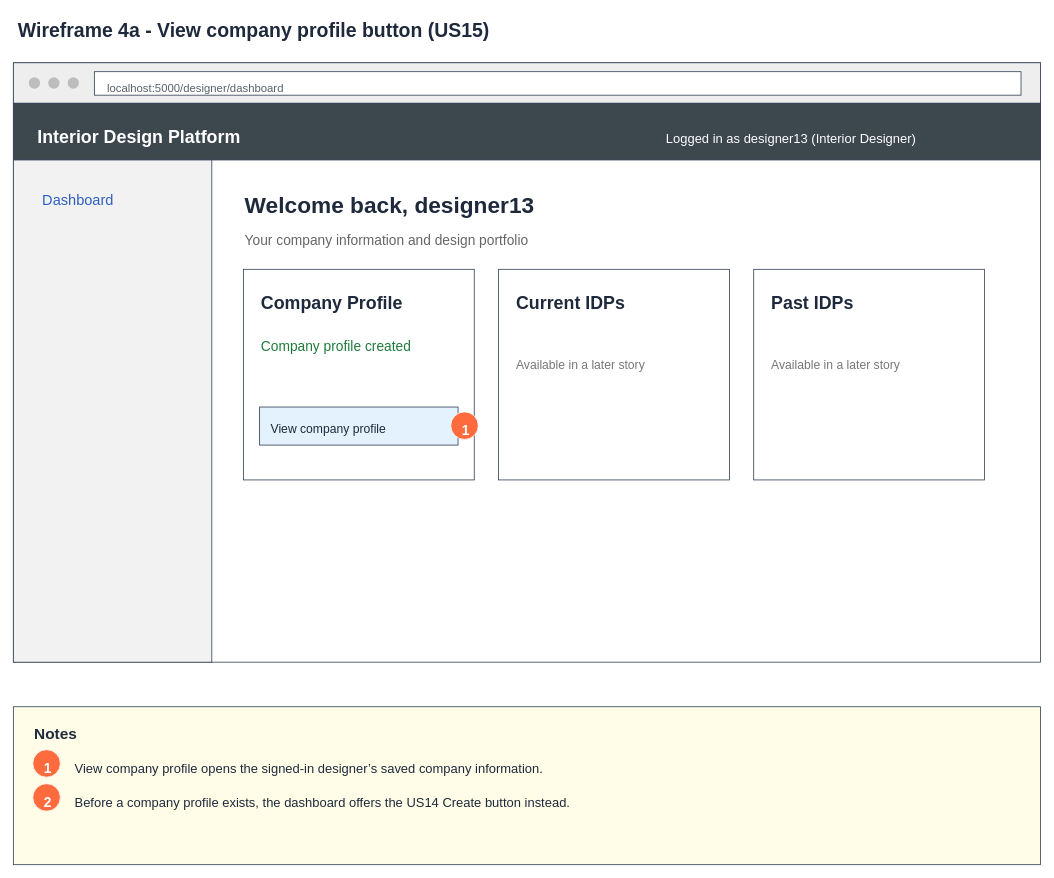
Hanzxc/CSIT314-ARCHSS keeps this draw.io diagram as page "4a Wireframe - View button" (2 of 7) of Sprint_2/US15 - View Company Profile/US15 View company profile.drawio. Above is the earlier version. Source tidied: cells renumbered, new cells numbered last; positions are measured from the earlier drawing's top-left corner, leaving out a move shared by most shapes. Both pictures are drawn from the tidied source at 81%, with x=0, y=0 at pixel (13, 13).
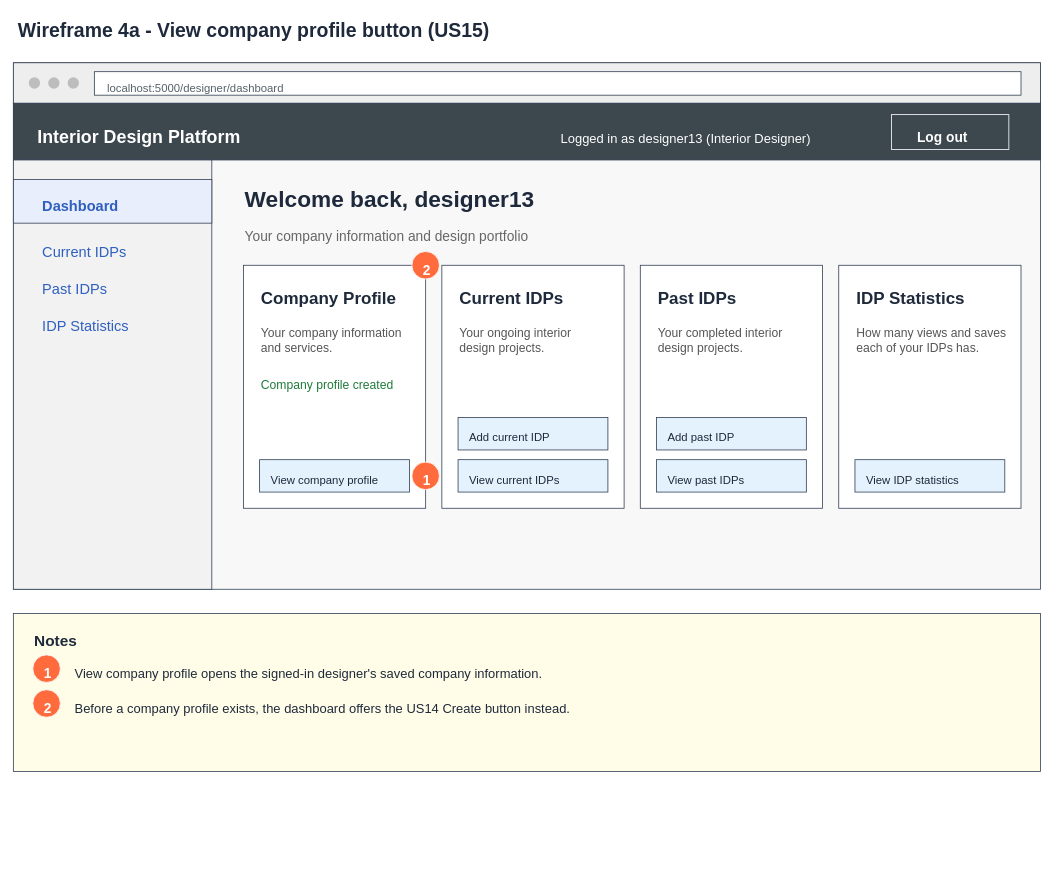
Above is the later version.

What changed in the source:
```diff
@@
-    <mxCell id="3" style="rounded=0;whiteSpace=wrap;fillColor=#ffffff;strokeColor=#334155;" parent="1" vertex="1">
-      <mxGeometry y="61" width="1268" height="740" as="geometry" />
+    <mxCell id="3" style="rounded=0;whiteSpace=wrap;fillColor=#f8f8f8;strokeColor=#334155;" parent="1" vertex="1">
+      <mxGeometry y="61" width="1268" height="650" as="geometry" />
     </mxCell>
@@
     <mxCell id="12" value="Logged in as designer13 (Interior Designer)" style="text;html=0;align=left;verticalAlign=top;fontSize=16;fontStyle=0;fontColor=#ffffff;" parent="1" vertex="1">
-      <mxGeometry x="804" y="138" width="440" height="23" as="geometry" />
+      <mxGeometry x="674" y="138" width="440" height="23" as="geometry" />
     </mxCell>
-    <mxCell id="13" style="rounded=0;whiteSpace=wrap;fillColor=#f2f2f2;strokeColor=#334155;" parent="1" vertex="1">
-      <mxGeometry y="181" width="245" height="620" as="geometry" />
+    <mxCell id="13" style="rounded=0;whiteSpace=wrap;fillColor=#3d474e;strokeColor=#ffffff;" parent="1" vertex="1">
+      <mxGeometry x="1084" y="125" width="145" height="43" as="geometry" />
     </mxCell>
-    <mxCell id="14" value="Dashboard" style="text;html=0;align=left;verticalAlign=top;fontSize=18;fontStyle=0;fontColor=#2f5fbf;" parent="1" vertex="1">
-      <mxGeometry x="34" y="213" width="200" height="25" as="geometry" />
+    <mxCell id="14" value="Log out" style="text;html=0;align=left;verticalAlign=top;fontSize=17;fontStyle=1;fontColor=#ffffff;" parent="1" vertex="1">
+      <mxGeometry x="1114" y="136" width="115" height="24" as="geometry" />
     </mxCell>
-    <mxCell id="15" value="Welcome back, designer13" style="text;html=0;align=left;verticalAlign=top;fontSize=28;fontStyle=1;fontColor=#1e293b;" parent="1" vertex="1">
-      <mxGeometry x="284" y="213" width="900" height="35" as="geometry" />
+    <mxCell id="15" style="rounded=0;whiteSpace=wrap;fillColor=#f2f2f2;strokeColor=#334155;" parent="1" vertex="1">
+      <mxGeometry y="181" width="245" height="530" as="geometry" />
     </mxCell>
-    <mxCell id="16" value="Your company information and design portfolio" style="text;html=0;align=left;verticalAlign=top;fontSize=17;fontStyle=0;fontColor=#666666;" parent="1" vertex="1">
-      <mxGeometry x="284" y="264" width="900" height="24" as="geometry" />
+    <mxCell id="16" style="rounded=0;whiteSpace=wrap;fillColor=#e8eefb;strokeColor=#334155;" parent="1" vertex="1">
+      <mxGeometry y="205" width="245" height="54" as="geometry" />
     </mxCell>
-    <mxCell id="17" style="rounded=0;whiteSpace=wrap;fillColor=#ffffff;strokeColor=#334155;" parent="1" vertex="1">
-      <mxGeometry x="284" y="316" width="285" height="260" as="geometry" />
+    <mxCell id="17" value="Dashboard" style="text;html=0;align=left;verticalAlign=top;fontSize=18;fontStyle=1;fontColor=#2f5fbf;" parent="1" vertex="1">
+      <mxGeometry x="34" y="221" width="200" height="25" as="geometry" />
     </mxCell>
-    <mxCell id="18" value="Company Profile" style="text;html=0;align=left;verticalAlign=top;fontSize=22;fontStyle=1;fontColor=#1e293b;" parent="1" vertex="1">
-      <mxGeometry x="304" y="337" width="245" height="29" as="geometry" />
+    <mxCell id="18" value="Current IDPs" style="text;html=0;align=left;verticalAlign=top;fontSize=18;fontStyle=0;fontColor=#2f5fbf;" parent="1" vertex="1">
+      <mxGeometry x="34" y="277" width="200" height="25" as="geometry" />
     </mxCell>
-    <mxCell id="19" value="Company profile created" style="text;html=0;align=left;verticalAlign=top;fontSize=17;fontStyle=0;fontColor=#1e7b3c;" parent="1" vertex="1">
-      <mxGeometry x="304" y="394" width="245" height="24" as="geometry" />
+    <mxCell id="19" value="Past IDPs" style="text;html=0;align=left;verticalAlign=top;fontSize=18;fontStyle=0;fontColor=#2f5fbf;" parent="1" vertex="1">
+      <mxGeometry x="34" y="323" width="200" height="25" as="geometry" />
     </mxCell>
-    <mxCell id="20" style="rounded=0;whiteSpace=wrap;fillColor=#e3f2fd;strokeColor=#334155;" parent="1" vertex="1">
-      <mxGeometry x="304" y="486" width="245" height="47" as="geometry" />
+    <mxCell id="20" value="IDP Statistics" style="text;html=0;align=left;verticalAlign=top;fontSize=18;fontStyle=0;fontColor=#2f5fbf;" parent="1" vertex="1">
+      <mxGeometry x="34" y="369" width="200" height="25" as="geometry" />
     </mxCell>
-    <mxCell id="21" value="View company profile" style="text;html=0;align=left;verticalAlign=top;fontSize=15;fontStyle=0;fontColor=#1e293b;" parent="1" vertex="1">
-      <mxGeometry x="316" y="498" width="221" height="22" as="geometry" />
+    <mxCell id="21" value="Welcome back, designer13" style="text;html=0;align=left;verticalAlign=top;fontSize=28;fontStyle=1;fontColor=#1e293b;" parent="1" vertex="1">
+      <mxGeometry x="284" y="205" width="900" height="35" as="geometry" />
     </mxCell>
-    <mxCell id="22" style="ellipse;fillColor=#ff6b3d;strokeColor=#ffffff;" parent="1" vertex="1">
-      <mxGeometry x="540" y="492" width="34" height="34" as="geometry" />
+    <mxCell id="22" value="Your company information and design portfolio" style="text;html=0;align=left;verticalAlign=top;fontSize=17;fontStyle=0;fontColor=#666666;" parent="1" vertex="1">
+      <mxGeometry x="284" y="258" width="900" height="24" as="geometry" />
     </mxCell>
-    <mxCell id="23" value="1" style="text;html=0;align=left;verticalAlign=top;fontSize=17;fontStyle=1;fontColor=#ffffff;" parent="1" vertex="1">
-      <mxGeometry x="552" y="498" width="20" height="24" as="geometry" />
+    <mxCell id="23" style="rounded=0;whiteSpace=wrap;fillColor=#ffffff;strokeColor=#334155;" parent="1" vertex="1">
+      <mxGeometry x="284" y="311" width="225" height="300" as="geometry" />
     </mxCell>
-    <mxCell id="24" style="rounded=0;whiteSpace=wrap;fillColor=#ffffff;strokeColor=#334155;" parent="1" vertex="1">
-      <mxGeometry x="599" y="316" width="285" height="260" as="geometry" />
+    <mxCell id="24" value="Company Profile" style="text;html=0;align=left;verticalAlign=top;fontSize=21;fontStyle=1;fontColor=#1e293b;" parent="1" vertex="1">
+      <mxGeometry x="304" y="332" width="195" height="29" as="geometry" />
     </mxCell>
-    <mxCell id="25" value="Current IDPs" style="text;html=0;align=left;verticalAlign=top;fontSize=22;fontStyle=1;fontColor=#1e293b;" parent="1" vertex="1">
-      <mxGeometry x="619" y="337" width="245" height="29" as="geometry" />
+    <mxCell id="25" value="Your company information&#10;and services." style="text;html=0;align=left;verticalAlign=top;fontSize=15;fontStyle=0;fontColor=#555555;" parent="1" vertex="1">
+      <mxGeometry x="304" y="379" width="195" height="44" as="geometry" />
     </mxCell>
-    <mxCell id="26" value="Available in a later story" style="text;html=0;align=left;verticalAlign=top;fontSize=15;fontStyle=0;fontColor=#777777;" parent="1" vertex="1">
-      <mxGeometry x="619" y="419" width="245" height="22" as="geometry" />
+    <mxCell id="26" value="Company profile created" style="text;html=0;align=left;verticalAlign=top;fontSize=15;fontStyle=0;fontColor=#1e7b3c;" parent="1" vertex="1">
+      <mxGeometry x="304" y="443" width="195" height="22" as="geometry" />
     </mxCell>
-    <mxCell id="27" style="rounded=0;whiteSpace=wrap;fillColor=#ffffff;strokeColor=#334155;" parent="1" vertex="1">
-      <mxGeometry x="914" y="316" width="285" height="260" as="geometry" />
+    <mxCell id="27" style="rounded=0;whiteSpace=wrap;fillColor=#e3f2fd;strokeColor=#334155;" parent="1" vertex="1">
+      <mxGeometry x="304" y="551" width="185" height="40" as="geometry" />
     </mxCell>
-    <mxCell id="28" value="Past IDPs" style="text;html=0;align=left;verticalAlign=top;fontSize=22;fontStyle=1;fontColor=#1e293b;" parent="1" vertex="1">
-      <mxGeometry x="934" y="337" width="245" height="29" as="geometry" />
+    <mxCell id="28" value="View company profile" style="text;html=0;align=left;verticalAlign=top;fontSize=14;fontStyle=0;fontColor=#1e293b;" parent="1" vertex="1">
+      <mxGeometry x="316" y="561" width="165" height="22" as="geometry" />
     </mxCell>
-    <mxCell id="29" value="Available in a later story" style="text;html=0;align=left;verticalAlign=top;fontSize=15;fontStyle=0;fontColor=#777777;" parent="1" vertex="1">
-      <mxGeometry x="934" y="419" width="245" height="22" as="geometry" />
+    <mxCell id="29" style="rounded=0;whiteSpace=wrap;fillColor=#ffffff;strokeColor=#334155;" parent="1" vertex="1">
+      <mxGeometry x="529" y="311" width="225" height="300" as="geometry" />
     </mxCell>
-    <mxCell id="30" style="rounded=0;whiteSpace=wrap;fillColor=#fffde7;strokeColor=#334155;" parent="1" vertex="1">
-      <mxGeometry y="856" width="1268" height="195" as="geometry" />
+    <mxCell id="30" value="Current IDPs" style="text;html=0;align=left;verticalAlign=top;fontSize=21;fontStyle=1;fontColor=#1e293b;" parent="1" vertex="1">
+      <mxGeometry x="549" y="332" width="195" height="29" as="geometry" />
     </mxCell>
-    <mxCell id="31" value="Notes" style="text;html=0;align=left;verticalAlign=top;fontSize=19;fontStyle=1;fontColor=#1e293b;" parent="1" vertex="1">
-      <mxGeometry x="24" y="871" width="900" height="26" as="geometry" />
+    <mxCell id="31" value="Your ongoing interior&#10;design projects." style="text;html=0;align=left;verticalAlign=top;fontSize=15;fontStyle=0;fontColor=#555555;" parent="1" vertex="1">
+      <mxGeometry x="549" y="379" width="195" height="44" as="geometry" />
     </mxCell>
-    <mxCell id="32" style="ellipse;fillColor=#ff6b3d;strokeColor=#ffffff;" parent="1" vertex="1">
-      <mxGeometry x="24" y="909" width="34" height="34" as="geometry" />
+    <mxCell id="32" style="rounded=0;whiteSpace=wrap;fillColor=#e3f2fd;strokeColor=#334155;" parent="1" vertex="1">
+      <mxGeometry x="549" y="499" width="185" height="40" as="geometry" />
     </mxCell>
-    <mxCell id="33" value="1" style="text;html=0;align=left;verticalAlign=top;fontSize=17;fontStyle=1;fontColor=#ffffff;" parent="1" vertex="1">
-      <mxGeometry x="36" y="915" width="20" height="24" as="geometry" />
+    <mxCell id="33" value="Add current IDP" style="text;html=0;align=left;verticalAlign=top;fontSize=14;fontStyle=0;fontColor=#1e293b;" parent="1" vertex="1">
+      <mxGeometry x="561" y="509" width="165" height="22" as="geometry" />
     </mxCell>
-    <mxCell id="34" value="View company profile opens the signed-in designer’s saved company information." style="text;html=0;align=left;verticalAlign=top;fontSize=16;fontStyle=0;fontColor=#1e293b;" parent="1" vertex="1">
-      <mxGeometry x="74" y="916" width="1160" height="23" as="geometry" />
+    <mxCell id="34" style="rounded=0;whiteSpace=wrap;fillColor=#e3f2fd;strokeColor=#334155;" parent="1" vertex="1">
+      <mxGeometry x="549" y="551" width="185" height="40" as="geometry" />
     </mxCell>
-    <mxCell id="35" style="ellipse;fillColor=#ff6b3d;strokeColor=#ffffff;" parent="1" vertex="1">
-      <mxGeometry x="24" y="951" width="34" height="34" as="geometry" />
+    <mxCell id="35" value="View current IDPs" style="text;html=0;align=left;verticalAlign=top;fontSize=14;fontStyle=0;fontColor=#1e293b;" parent="1" vertex="1">
+      <mxGeometry x="561" y="561" width="165" height="22" as="geometry" />
     </mxCell>
-    <mxCell id="36" value="2" style="text;html=0;align=left;verticalAlign=top;fontSize=17;fontStyle=1;fontColor=#ffffff;" parent="1" vertex="1">
-      <mxGeometry x="36" y="957" width="20" height="24" as="geometry" />
+    <mxCell id="36" style="rounded=0;whiteSpace=wrap;fillColor=#ffffff;strokeColor=#334155;" parent="1" vertex="1">
+      <mxGeometry x="774" y="311" width="225" height="300" as="geometry" />
     </mxCell>
-    <mxCell id="37" value="Before a company profile exists, the dashboard offers the US14 Create button instead." style="text;html=0;align=left;verticalAlign=top;fontSize=16;fontStyle=0;fontColor=#1e293b;" parent="1" vertex="1">
-      <mxGeometry x="74" y="958" width="1160" height="23" as="geometry" />
+    <mxCell id="37" value="Past IDPs" style="text;html=0;align=left;verticalAlign=top;fontSize=21;fontStyle=1;fontColor=#1e293b;" parent="1" vertex="1">
+      <mxGeometry x="794" y="332" width="195" height="29" as="geometry" />
     </mxCell>
+    <mxCell id="38" value="Your completed interior&#10;design projects." style="text;html=0;align=left;verticalAlign=top;fontSize=15;fontStyle=0;fontColor=#555555;" parent="1" vertex="1">
+      <mxGeometry x="794" y="379" width="195" height="44" as="geometry" />
+    </mxCell>
+    <mxCell id="39" style="rounded=0;whiteSpace=wrap;fillColor=#e3f2fd;strokeColor=#334155;" parent="1" vertex="1">
+      <mxGeometry x="794" y="499" width="185" height="40" as="geometry" />
+    </mxCell>
+    <mxCell id="40" value="Add past IDP" style="text;html=0;align=left;verticalAlign=top;fontSize=14;fontStyle=0;fontColor=#1e293b;" parent="1" vertex="1">
+      <mxGeometry x="806" y="509" width="165" height="22" as="geometry" />
+    </mxCell>
+    <mxCell id="41" style="rounded=0;whiteSpace=wrap;fillColor=#e3f2fd;strokeColor=#334155;" parent="1" vertex="1">
+      <mxGeometry x="794" y="551" width="185" height="40" as="geometry" />
+    </mxCell>
+    <mxCell id="42" value="View past IDPs" style="text;html=0;align=left;verticalAlign=top;fontSize=14;fontStyle=0;fontColor=#1e293b;" parent="1" vertex="1">
+      <mxGeometry x="806" y="561" width="165" height="22" as="geometry" />
+    </mxCell>
+    <mxCell id="43" style="rounded=0;whiteSpace=wrap;fillColor=#ffffff;strokeColor=#334155;" parent="1" vertex="1">
+      <mxGeometry x="1019" y="311" width="225" height="300" as="geometry" />
+    </mxCell>
+    <mxCell id="44" value="IDP Statistics" style="text;html=0;align=left;verticalAlign=top;fontSize=21;fontStyle=1;fontColor=#1e293b;" parent="1" vertex="1">
+      <mxGeometry x="1039" y="332" width="195" height="29" as="geometry" />
+    </mxCell>
+    <mxCell id="45" value="How many views and saves&#10;each of your IDPs has." style="text;html=0;align=left;verticalAlign=top;fontSize=15;fontStyle=0;fontColor=#555555;" parent="1" vertex="1">
+      <mxGeometry x="1039" y="379" width="195" height="44" as="geometry" />
+    </mxCell>
+    <mxCell id="46" style="rounded=0;whiteSpace=wrap;fillColor=#e3f2fd;strokeColor=#334155;" parent="1" vertex="1">
+      <mxGeometry x="1039" y="551" width="185" height="40" as="geometry" />
+    </mxCell>
+    <mxCell id="47" value="View IDP statistics" style="text;html=0;align=left;verticalAlign=top;fontSize=14;fontStyle=0;fontColor=#1e293b;" parent="1" vertex="1">
+      <mxGeometry x="1051" y="561" width="165" height="22" as="geometry" />
+    </mxCell>
+    <mxCell id="48" style="ellipse;fillColor=#ff6b3d;strokeColor=#ffffff;" parent="1" vertex="1">
+      <mxGeometry x="492" y="554" width="34" height="34" as="geometry" />
+    </mxCell>
+    <mxCell id="49" value="1" style="text;html=0;align=left;verticalAlign=top;fontSize=17;fontStyle=1;fontColor=#ffffff;" parent="1" vertex="1">
+      <mxGeometry x="504" y="560" width="20" height="24" as="geometry" />
+    </mxCell>
+    <mxCell id="50" style="ellipse;fillColor=#ff6b3d;strokeColor=#ffffff;" parent="1" vertex="1">
+      <mxGeometry x="492" y="294" width="34" height="34" as="geometry" />
+    </mxCell>
+    <mxCell id="51" value="2" style="text;html=0;align=left;verticalAlign=top;fontSize=17;fontStyle=1;fontColor=#ffffff;" parent="1" vertex="1">
+      <mxGeometry x="504" y="300" width="20" height="24" as="geometry" />
+    </mxCell>
+    <mxCell id="52" style="rounded=0;whiteSpace=wrap;fillColor=#fffde7;strokeColor=#334155;" parent="1" vertex="1">
+      <mxGeometry y="741" width="1268" height="195" as="geometry" />
+    </mxCell>
+    <mxCell id="53" value="Notes" style="text;html=0;align=left;verticalAlign=top;fontSize=19;fontStyle=1;fontColor=#1e293b;" parent="1" vertex="1">
+      <mxGeometry x="24" y="756" width="900" height="26" as="geometry" />
+    </mxCell>
+    <mxCell id="54" style="ellipse;fillColor=#ff6b3d;strokeColor=#ffffff;" parent="1" vertex="1">
+      <mxGeometry x="24" y="792" width="34" height="34" as="geometry" />
+    </mxCell>
+    <mxCell id="55" value="1" style="text;html=0;align=left;verticalAlign=top;fontSize=17;fontStyle=1;fontColor=#ffffff;" parent="1" vertex="1">
+      <mxGeometry x="36" y="798" width="20" height="24" as="geometry" />
+    </mxCell>
+    <mxCell id="56" value="View company profile opens the signed-in designer's saved company information." style="text;html=0;align=left;verticalAlign=top;fontSize=16;fontStyle=0;fontColor=#1e293b;" parent="1" vertex="1">
+      <mxGeometry x="74" y="799" width="1180" height="23" as="geometry" />
+    </mxCell>
+    <mxCell id="57" style="ellipse;fillColor=#ff6b3d;strokeColor=#ffffff;" parent="1" vertex="1">
+      <mxGeometry x="24" y="835" width="34" height="34" as="geometry" />
+    </mxCell>
+    <mxCell id="58" value="2" style="text;html=0;align=left;verticalAlign=top;fontSize=17;fontStyle=1;fontColor=#ffffff;" parent="1" vertex="1">
+      <mxGeometry x="36" y="841" width="20" height="24" as="geometry" />
+    </mxCell>
+    <mxCell id="59" value="Before a company profile exists, the dashboard offers the US14 Create button instead." style="text;html=0;align=left;verticalAlign=top;fontSize=16;fontStyle=0;fontColor=#1e293b;" parent="1" vertex="1">
+      <mxGeometry x="74" y="842" width="1180" height="23" as="geometry" />
+    </mxCell>
```
